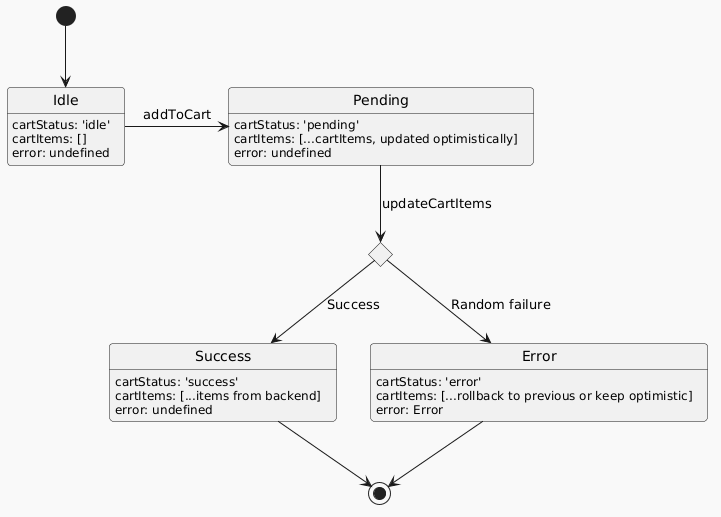
Before: docs/plant-uml-diagram.png, a diagram exported from PlantUML (annaszalkiewicz/ecommerce). Its diagram source:
```plantuml
@startuml
!theme mars

[*] --> Idle
Idle : cartStatus: 'idle'
Idle : cartItems: []
Idle : error: undefined

Idle -> Pending : addToCart
Pending : cartStatus: 'pending'
Pending : cartItems: [...cartItems, updated optimistically]
Pending: error: undefined

state c <<choice>>
Pending --> c : updateCartItems
c --> Success : Success
c --> Error : Random failure

Success: cartStatus: 'success'
Success: cartItems: [...items from backend]
Success: error: undefined

Error: cartStatus: 'error'
Error: cartItems: [...rollback to previous or keep optimistic]
Error: error: Error

Success --> [*]
Error --> [*]
@enduml
```
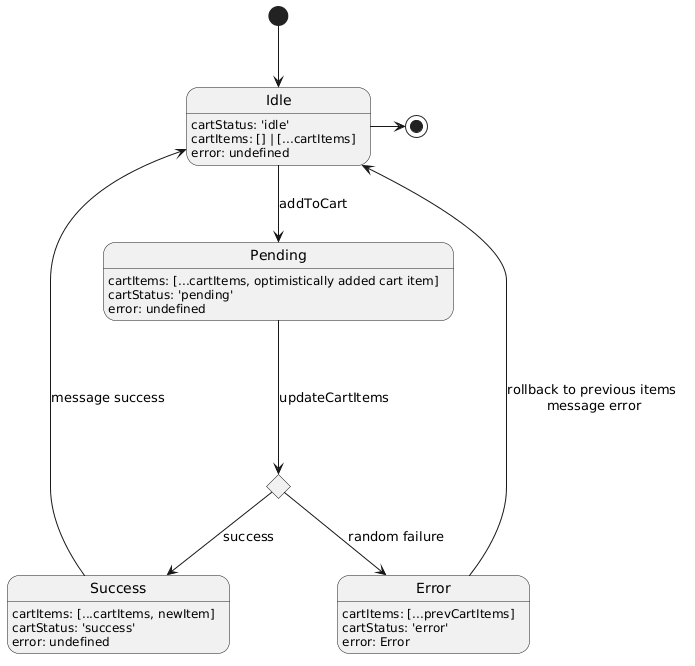
After the commit.

Commit message:
docs: edit state machine

The edit, as a diff of the source:
```diff
@@ -1,29 +1,31 @@
 @startuml
-!theme mars
+[*] --> Idle
 
-[*] --> Idle
-Idle : cartStatus: 'idle'
-Idle : cartItems: []
-Idle : error: undefined
+Idle: cartStatus: 'idle'
+Idle: cartItems: [] | [...cartItems]
+Idle: error: undefined
 
-Idle -> Pending : addToCart
-Pending : cartStatus: 'pending'
-Pending : cartItems: [...cartItems, updated optimistically]
+Idle -down-> Pending : addToCart
+Pending: cartItems: [...cartItems, optimistically added cart item]
+Pending: cartStatus: 'pending'
 Pending: error: undefined
 
-state c <<choice>>
-Pending --> c : updateCartItems
-c --> Success : Success
-c --> Error : Random failure
+state condition1 <<choice>>
 
+Pending -down--> condition1 : updateCartItems
+condition1 --> Success : success
+condition1 --> Error : random failure
+
+Success: cartItems: [...cartItems, newItem]
 Success: cartStatus: 'success'
-Success: cartItems: [...items from backend]
 Success: error: undefined
 
+Error: cartItems: [...prevCartItems]
 Error: cartStatus: 'error'
-Error: cartItems: [...rollback to previous or keep optimistic]
 Error: error: Error
 
-Success --> [*]
-Error --> [*]
+Success --> Idle : message success
+Error --> Idle : rollback to previous items \nmessage error
+
+Idle -right--> [*]
 @enduml
```
